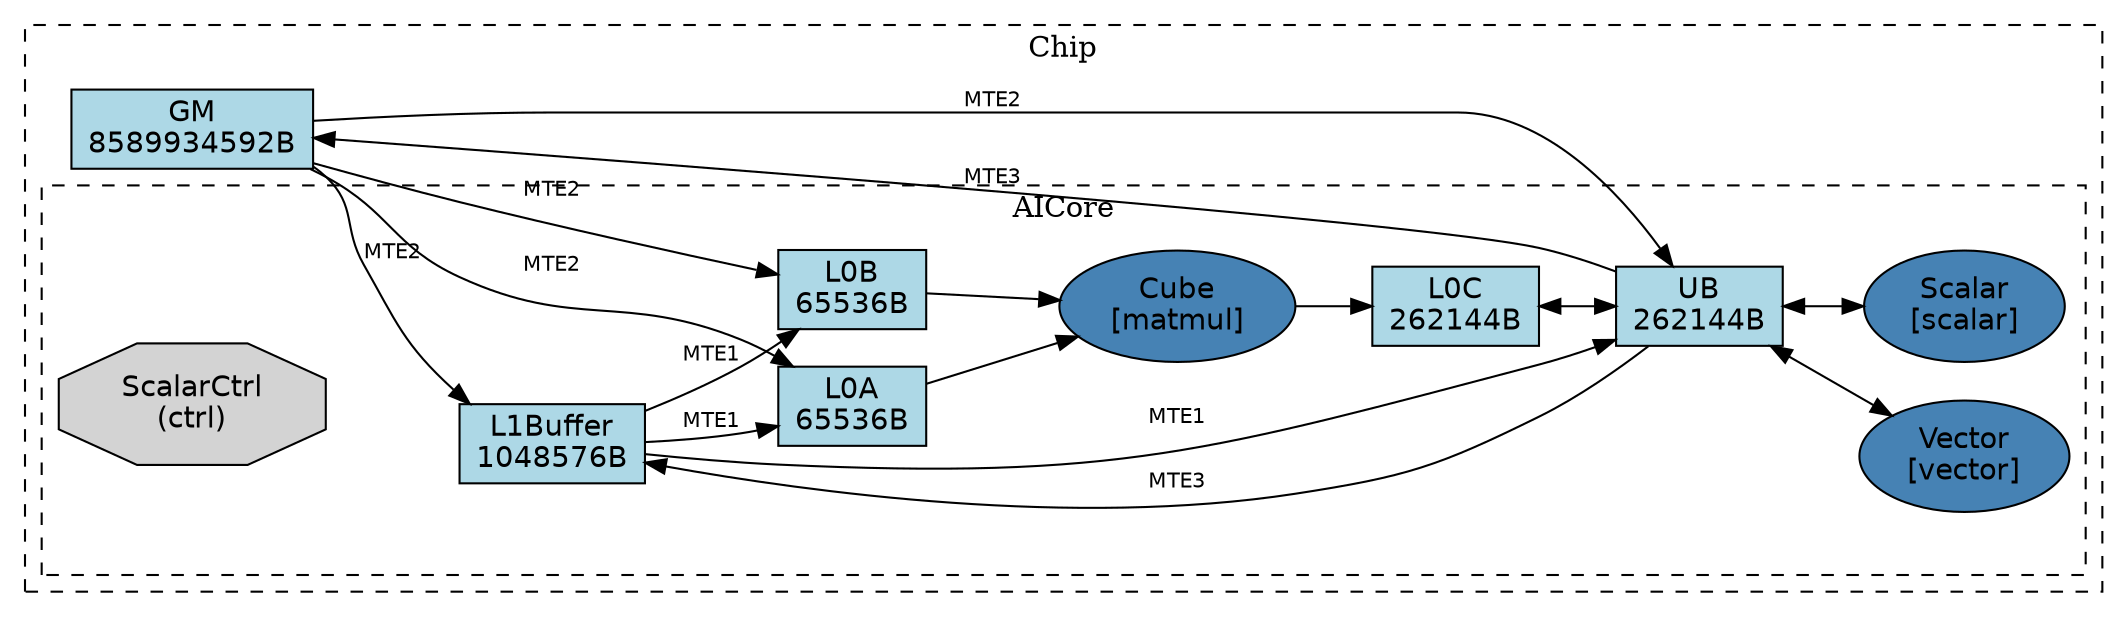
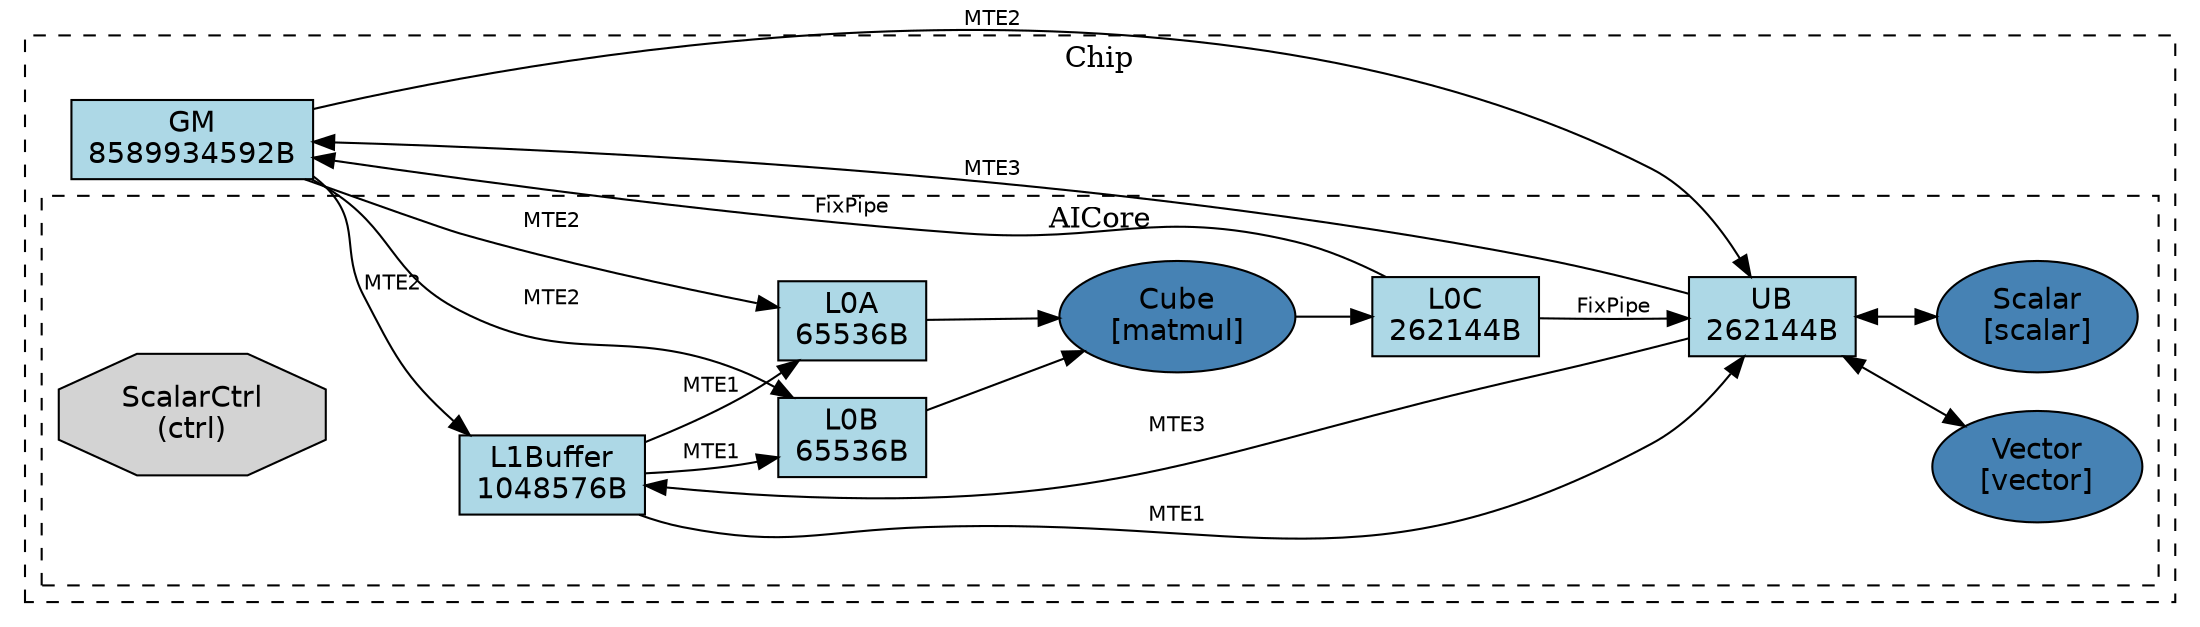
digraph arch {
  rankdir=LR;
  newrank=true;
  compound=true;
  node [style=filled, fontname="Helvetica"];
  edge [fontname="Helvetica", fontsize=10];
-   subgraph cluster_n131626635953552 {
+   subgraph cluster_n126334042139584 {
    label="Chip";
    style=dashed;
-     n131626635954896 [label="GM\n8589934592B", shape=box, fillcolor=lightblue];
-     subgraph cluster_n131626640023440 {
+     n126334042140496 [label="GM\n8589934592B", shape=box, fillcolor=lightblue];
+     subgraph cluster_n126334042129456 {
      label="AICore";
      style=dashed;
-       n131626640024400 [label="L1Buffer\n1048576B", shape=box, fillcolor=lightblue];
-       n131626640025360 [label="L0A\n65536B", shape=box, fillcolor=lightblue];
-       n131626638532400 [label="L0B\n65536B", shape=box, fillcolor=lightblue];
-       n131626638528144 [label="L0C\n262144B", shape=box, fillcolor=lightblue];
-       n131626638970608 [label="UB\n262144B", shape=box, fillcolor=lightblue];
-       n131626635954224 [label="Cube\n[matmul]", shape=ellipse, fillcolor=steelblue];
-       n131626640027280 [label="Vector\n[vector]", shape=ellipse, fillcolor=steelblue];
-       n131626640026960 [label="Scalar\n[scalar]", shape=ellipse, fillcolor=steelblue];
-       n131626635953216 [label="ScalarCtrl\n(ctrl)", shape=octagon, fillcolor=lightgray];
+       n126334042132672 [label="L1Buffer\n1048576B", shape=box, fillcolor=lightblue];
+       n126334042141792 [label="L0A\n65536B", shape=box, fillcolor=lightblue];
+       n126334042141888 [label="L0B\n65536B", shape=box, fillcolor=lightblue];
+       n126334042142032 [label="L0C\n262144B", shape=box, fillcolor=lightblue];
+       n126334042140208 [label="UB\n262144B", shape=box, fillcolor=lightblue];
+       n126334042140064 [label="Cube\n[matmul]", shape=ellipse, fillcolor=steelblue];
+       n126334042142752 [label="Vector\n[vector]", shape=ellipse, fillcolor=steelblue];
+       n126334042133920 [label="Scalar\n[scalar]", shape=ellipse, fillcolor=steelblue];
+       n126334042134016 [label="ScalarCtrl\n(ctrl)", shape=octagon, fillcolor=lightgray];
    }
  }
-   n131626635954896 -> n131626640024400 [label="MTE2"];
-   n131626635954896 -> n131626640025360 [label="MTE2"];
-   n131626635954896 -> n131626638532400 [label="MTE2"];
-   n131626635954896 -> n131626638970608 [label="MTE2"];
-   n131626638970608 -> n131626635954896 [label="MTE3"];
-   n131626640024400 -> n131626640025360 [label="MTE1"];
-   n131626640024400 -> n131626638532400 [label="MTE1"];
-   n131626640024400 -> n131626638970608 [label="MTE1"];
-   n131626638970608 -> n131626640024400 [label="MTE3"];
-   n131626640025360 -> n131626635954224;
-   n131626638532400 -> n131626635954224;
-   n131626635954224 -> n131626638528144;
-   n131626638528144 -> n131626638970608 [dir=both];
-   n131626638970608 -> n131626640027280 [dir=both];
-   n131626638970608 -> n131626640026960 [dir=both];
+   n126334042140496 -> n126334042132672 [label="MTE2"];
+   n126334042140496 -> n126334042141792 [label="MTE2"];
+   n126334042140496 -> n126334042141888 [label="MTE2"];
+   n126334042140496 -> n126334042140208 [label="MTE2"];
+   n126334042140208 -> n126334042140496 [label="MTE3"];
+   n126334042142032 -> n126334042140496 [label="FixPipe"];
+   n126334042132672 -> n126334042141792 [label="MTE1"];
+   n126334042132672 -> n126334042141888 [label="MTE1"];
+   n126334042132672 -> n126334042140208 [label="MTE1"];
+   n126334042140208 -> n126334042132672 [label="MTE3"];
+   n126334042141792 -> n126334042140064;
+   n126334042141888 -> n126334042140064;
+   n126334042140064 -> n126334042142032;
+   n126334042142032 -> n126334042140208 [label="FixPipe"];
+   n126334042140208 -> n126334042142752 [dir=both];
+   n126334042140208 -> n126334042133920 [dir=both];
}
